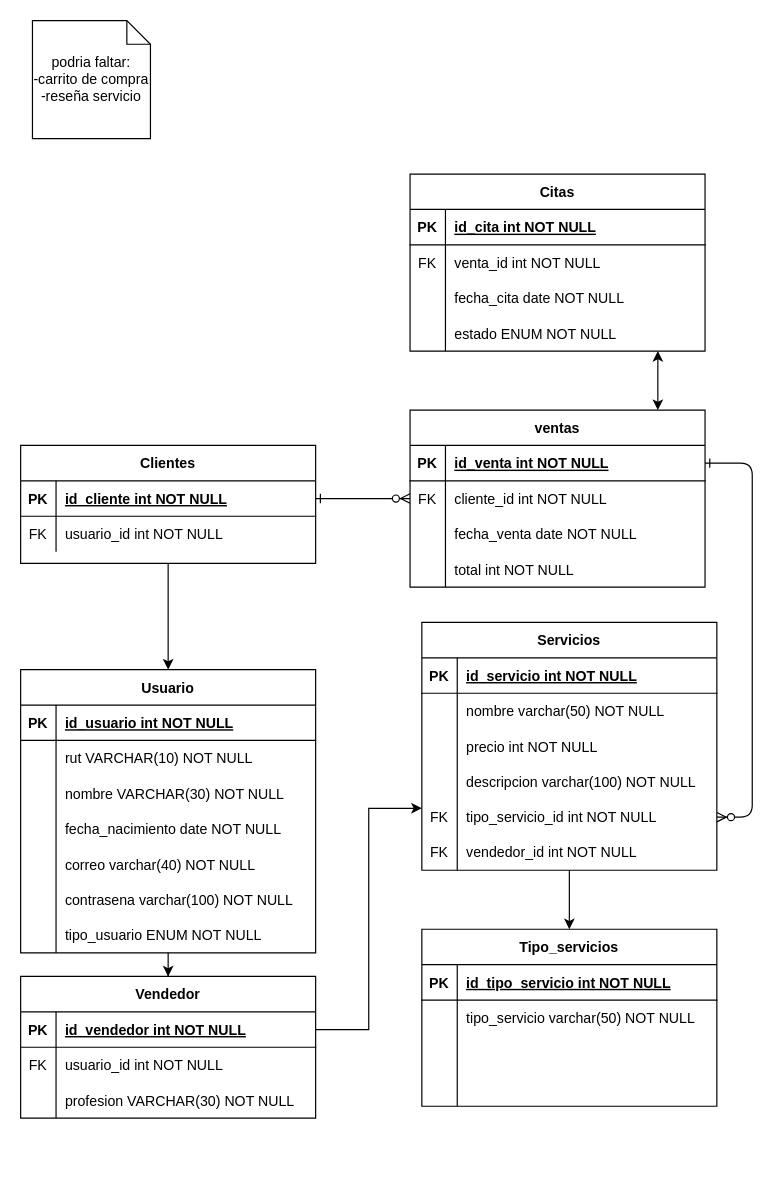
Above: modelo_db_marketplace.drawio in servixdl/servix-frontend (draw.io), before the change. Source tidied: cells renumbered, new cells numbered last; positions are measured from the earlier drawing's top-left corner, leaving out a move shared by most shapes. Both pictures are drawn from the tidied source at 118%, with x=0, y=0 at pixel (20, 20).
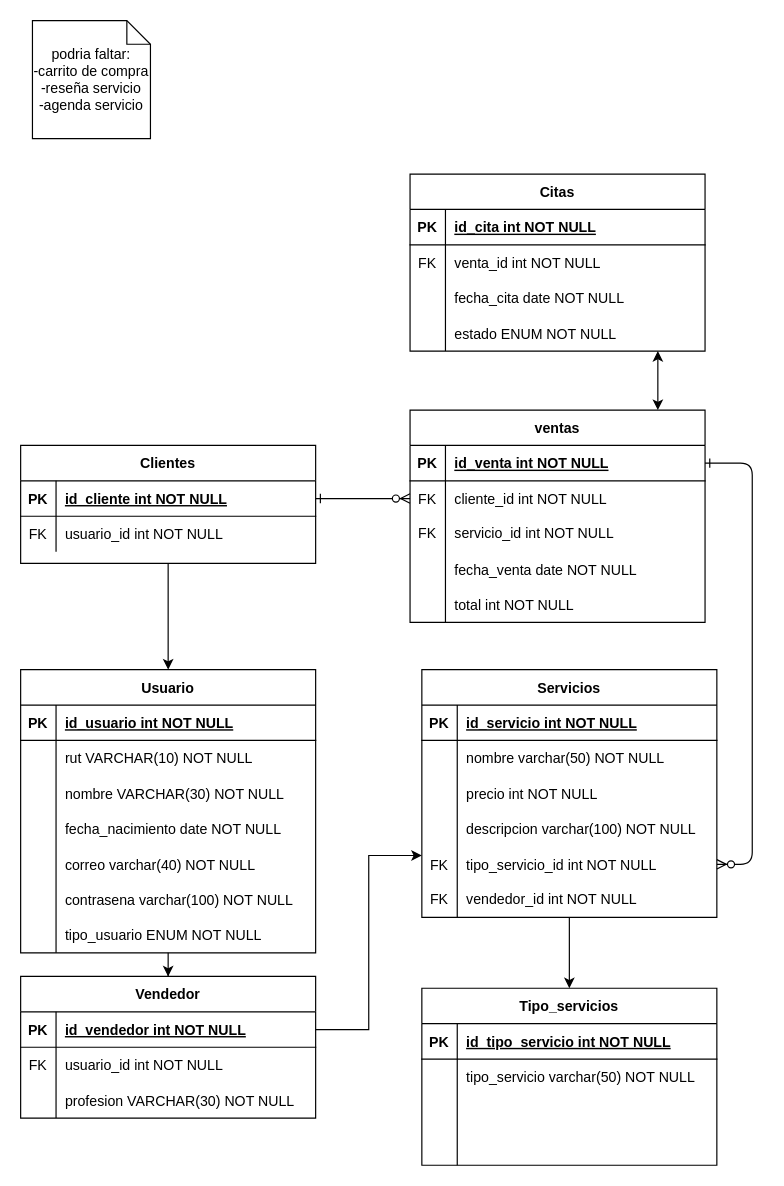
After the change.

The edit, as a diff of the source:
```diff
@@
     <mxCell id="5" value="ventas" style="shape=table;startSize=30;childLayout=tableLayout;rowLines=0;fontStyle=1;align=center;" parent="1" vertex="1">
-      <mxGeometry x="330" y="330" width="250" height="150" as="geometry" />
+      <mxGeometry x="330" y="330" width="250" height="180" as="geometry" />
     </mxCell>
@@
+    <mxCell id="107" style="shape=tableRow;horizontal=0;startSize=0;swimlaneHead=0;swimlaneBody=0;fillColor=none;top=0;left=0;right=0;bottom=0;" parent="5" vertex="1">
+      <mxGeometry y="90" width="250" height="30" as="geometry" />
+    </mxCell>
+    <mxCell id="108" value="FK" style="shape=partialRectangle;fillColor=none;top=0;left=0;bottom=0;right=0;fontStyle=0;overflow=hidden;whiteSpace=wrap;html=1;" parent="107" vertex="1">
+      <mxGeometry width="30" height="30" as="geometry" />
+    </mxCell>
+    <mxCell id="109" value="servicio_id int NOT NULL" style="shape=partialRectangle;fillColor=none;top=0;left=0;bottom=0;right=0;align=left;spacingLeft=6;fontStyle=0;overflow=hidden;whiteSpace=wrap;html=1;" parent="107" vertex="1">
+      <mxGeometry x="30" width="220" height="30" as="geometry" />
+    </mxCell>
     <mxCell id="12" style="shape=partialRectangle;fillColor=none;top=0;left=0;right=0;bottom=0;" parent="5" vertex="1">
-      <mxGeometry y="90" width="250" height="30" as="geometry" />
+      <mxGeometry y="120" width="250" height="30" as="geometry" />
     </mxCell>
@@
     <mxCell id="15" style="shape=tableRow;horizontal=0;startSize=0;swimlaneHead=0;swimlaneBody=0;fillColor=none;top=0;left=0;right=0;bottom=0;" parent="5" vertex="1">
-      <mxGeometry y="120" width="250" height="30" as="geometry" />
+      <mxGeometry y="150" width="250" height="30" as="geometry" />
     </mxCell>
@@
     <mxCell id="19" value="Servicios" style="shape=table;startSize=30;childLayout=tableLayout;rowLines=0;fontStyle=1;align=center;" parent="1" vertex="1">
-      <mxGeometry x="340" y="510" width="250" height="210" as="geometry" />
+      <mxGeometry x="340" y="550" width="250" height="210" as="geometry" />
     </mxCell>
@@
     <mxCell id="92" value="Tipo_servicios" style="shape=table;startSize=30;childLayout=tableLayout;rowLines=0;fontStyle=1;align=center;" parent="1" vertex="1">
-      <mxGeometry x="340" y="770" width="250" height="150" as="geometry" />
+      <mxGeometry x="340" y="820" width="250" height="150" as="geometry" />
     </mxCell>
@@
-    <mxCell id="106" value="podria faltar:&lt;div&gt;-carrito de compra&lt;/div&gt;&lt;div&gt;-reseña servicio&lt;/div&gt;" style="shape=note;size=20;whiteSpace=wrap;html=1;" parent="1" vertex="1">
+    <mxCell id="106" value="podria faltar:&lt;div&gt;-carrito de compra&lt;/div&gt;&lt;div&gt;-reseña servicio&lt;/div&gt;&lt;div&gt;-agenda servicio&lt;/div&gt;" style="shape=note;size=20;whiteSpace=wrap;html=1;" parent="1" vertex="1">
       <mxGeometry x="10" width="100" height="100" as="geometry" />
     </mxCell>
```
